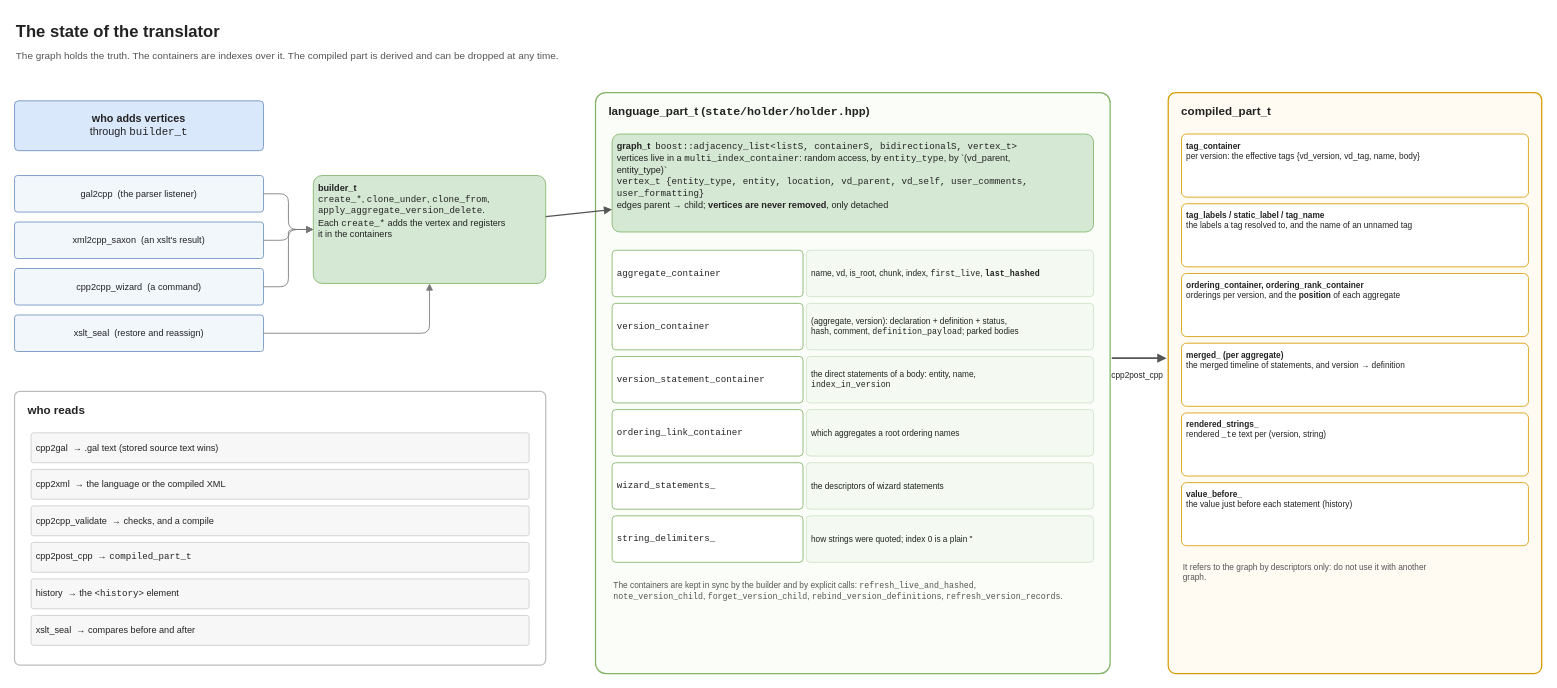
The draw.io diagram drawio/32_dev_state_model.drawio in goloveshin/galimatron_doc, before the edit. Source tidied: cells renumbered, new cells numbered last; positions are measured from the earlier drawing's top-left corner, leaving out a move shared by most shapes. Both pictures are drawn from the tidied source at 83%, with x=0, y=0 at pixel (14, 14).
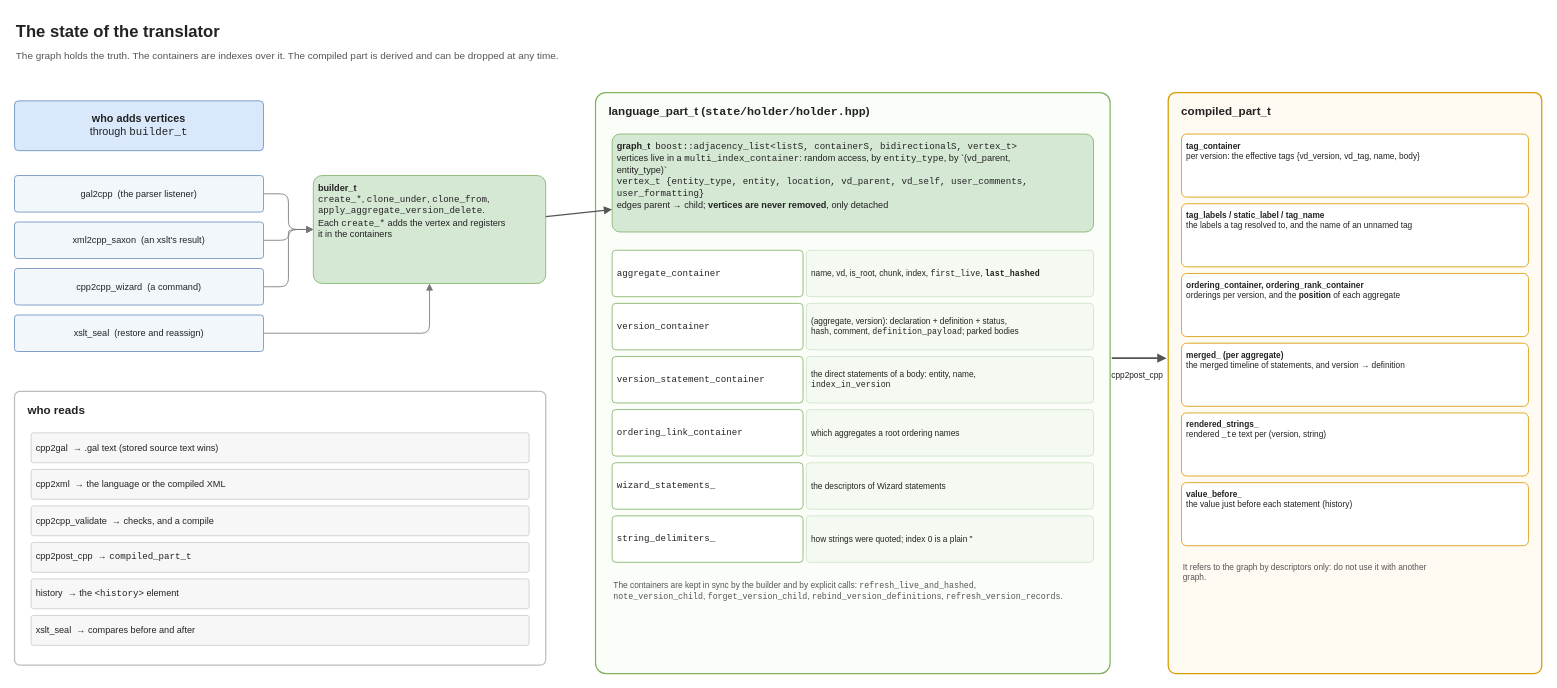
The same page after the edit.

What changed in the source:
```diff
@@
-    <mxCell id="25" value="the descriptors of wizard statements" style="whiteSpace=wrap;html=1;fillColor=#f4faf1;strokeColor=#cfe3c8;strokeWidth=1;fontSize=10;fontColor=#222222;align=left;verticalAlign=middle;spacingLeft=4;spacingRight=4;spacingTop=2;spacingBottom=2;rounded=1;arcSize=8;" parent="1" vertex="1">
+    <mxCell id="25" value="the descriptors of Wizard statements" style="whiteSpace=wrap;html=1;fillColor=#f4faf1;strokeColor=#cfe3c8;strokeWidth=1;fontSize=10;fontColor=#222222;align=left;verticalAlign=middle;spacingLeft=4;spacingRight=4;spacingTop=2;spacingBottom=2;rounded=1;arcSize=8;" parent="1" vertex="1">
       <mxGeometry x="954" y="540" width="346" height="56" as="geometry" />
     </mxCell>
```
